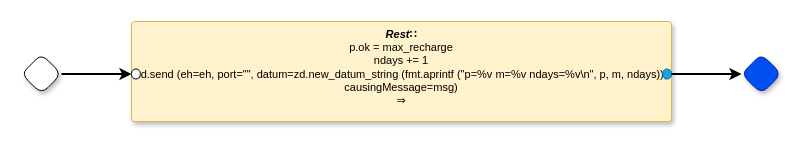
This is page "Rest" (3 of 19) of dc0d.drawio from guitarvydas/dc0d, a draw.io file, before an edit. Source tidied: cells renumbered, new cells numbered last; positions are measured from the earlier drawing's top-left corner, leaving out a move shared by most shapes. Both pictures are drawn from the tidied source at 100%, with x=0, y=0 at pixel (21, 21).
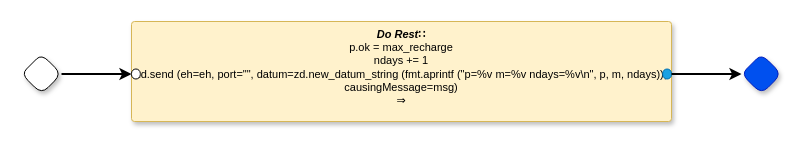
The same page after the edit.

What changed in the source:
```diff
@@
 <mxGraphModel>
   <root>
     <mxCell id="0" />
     <mxCell id="1" parent="0" />
-    <mxCell id="2" value="&lt;span style=&quot;border-color: var(--border-color);&quot;&gt;&lt;b&gt;&lt;i&gt;Rest&lt;/i&gt;∷&lt;br&gt;&lt;/b&gt;&lt;/span&gt;p.ok = max_recharge&lt;br&gt;ndays += 1&lt;br&gt;zd.send (eh=eh, port=&quot;&quot;, datum=zd.new_datum_string (fmt.aprintf (&quot;p=%v m=%v ndays=%v\n&quot;, p, m, ndays)), causingMessage=msg)&lt;br&gt;⇒" style="rounded=1;whiteSpace=wrap;html=1;sketch=0;verticalAlign=top;arcSize=6;fontStyle=0;absoluteArcSize=1;shadow=1;strokeColor=#d6b656;fillColor=#fff2cc;fontFamily=Helvetica;fontSize=11;" parent="1" vertex="1">
+    <mxCell id="2" value="&lt;span style=&quot;border-color: var(--border-color);&quot;&gt;&lt;b&gt;&lt;i&gt;Do Rest&lt;/i&gt;∷&lt;br&gt;&lt;/b&gt;&lt;/span&gt;p.ok = max_recharge&lt;br&gt;ndays += 1&lt;br&gt;zd.send (eh=eh, port=&quot;&quot;, datum=zd.new_datum_string (fmt.aprintf (&quot;p=%v m=%v ndays=%v\n&quot;, p, m, ndays)), causingMessage=msg)&lt;br&gt;⇒" style="rounded=1;whiteSpace=wrap;html=1;sketch=0;verticalAlign=top;arcSize=6;fontStyle=0;absoluteArcSize=1;shadow=1;strokeColor=#d6b656;fillColor=#fff2cc;fontFamily=Helvetica;fontSize=11;" parent="1" vertex="1">
       <mxGeometry x="110" width="540" height="100" as="geometry" />
     </mxCell>
     <mxCell id="3" style="rounded=1;whiteSpace=wrap;html=1;sketch=0;points=[[0,0.5,0,0,0],[1,0.5,0,0,0]];arcSize=50;fontFamily=Helvetica;fontSize=11;fontColor=default;" parent="2" vertex="1">
       <mxGeometry y="47.5" width="8.8" height="10" as="geometry" />
     </mxCell>
     <mxCell id="4" style="rounded=1;whiteSpace=wrap;html=1;sketch=0;points=[[0,0.5,0,0,0],[1,0.5,0,0,0]];arcSize=50;fontFamily=Helvetica;fontSize=11;fontColor=#ffffff;fillColor=#1ba1e2;strokeColor=#006EAF;" parent="2" vertex="1">
       <mxGeometry x="531.2" y="47.5" width="8.8" height="10" as="geometry" />
     </mxCell>
     <mxCell id="5" style="rhombus;whiteSpace=wrap;html=1;rounded=1;fontStyle=1;glass=0;sketch=0;fontSize=12;points=[[0,0.5,0,0,0],[0.5,0,0,0,0],[0.5,1,0,0,0],[1,0.5,0,0,0]];shadow=1;fontFamily=Helvetica;fontColor=default;" parent="1" vertex="1">
       <mxGeometry y="32.5" width="40" height="40" as="geometry" />
     </mxCell>
     <mxCell id="6" style="rhombus;whiteSpace=wrap;html=1;rounded=1;fillColor=#0050ef;fontColor=#ffffff;strokeColor=#001DBC;fontStyle=1;glass=0;sketch=0;fontSize=12;points=[[0,0.5,0,0,0],[0.5,0,0,0,0],[0.5,1,0,0,0],[1,0.5,0,0,0]];shadow=1;fontFamily=Helvetica;" parent="1" vertex="1">
       <mxGeometry x="720" y="32.5" width="40" height="40" as="geometry" />
     </mxCell>
     <mxCell id="7" style="edgeStyle=orthogonalEdgeStyle;shape=connector;curved=0;rounded=1;jettySize=auto;html=1;exitX=1;exitY=0.5;exitDx=0;exitDy=0;exitPerimeter=0;entryX=0;entryY=0.5;entryDx=0;entryDy=0;entryPerimeter=0;labelBackgroundColor=default;strokeColor=default;strokeWidth=2;align=center;verticalAlign=middle;fontFamily=Helvetica;fontSize=11;fontColor=default;endArrow=classic;" parent="1" edge="1" source="5" target="3">
       <mxGeometry relative="1" as="geometry" />
     </mxCell>
     <mxCell id="8" style="edgeStyle=orthogonalEdgeStyle;shape=connector;curved=0;rounded=1;jettySize=auto;html=1;exitX=1;exitY=0.5;exitDx=0;exitDy=0;exitPerimeter=0;labelBackgroundColor=default;strokeColor=default;strokeWidth=2;align=center;verticalAlign=middle;fontFamily=Helvetica;fontSize=11;fontColor=default;endArrow=classic;" parent="1" edge="1" source="4" target="6">
       <mxGeometry relative="1" as="geometry" />
     </mxCell>
   </root>
 </mxGraphModel>
```
